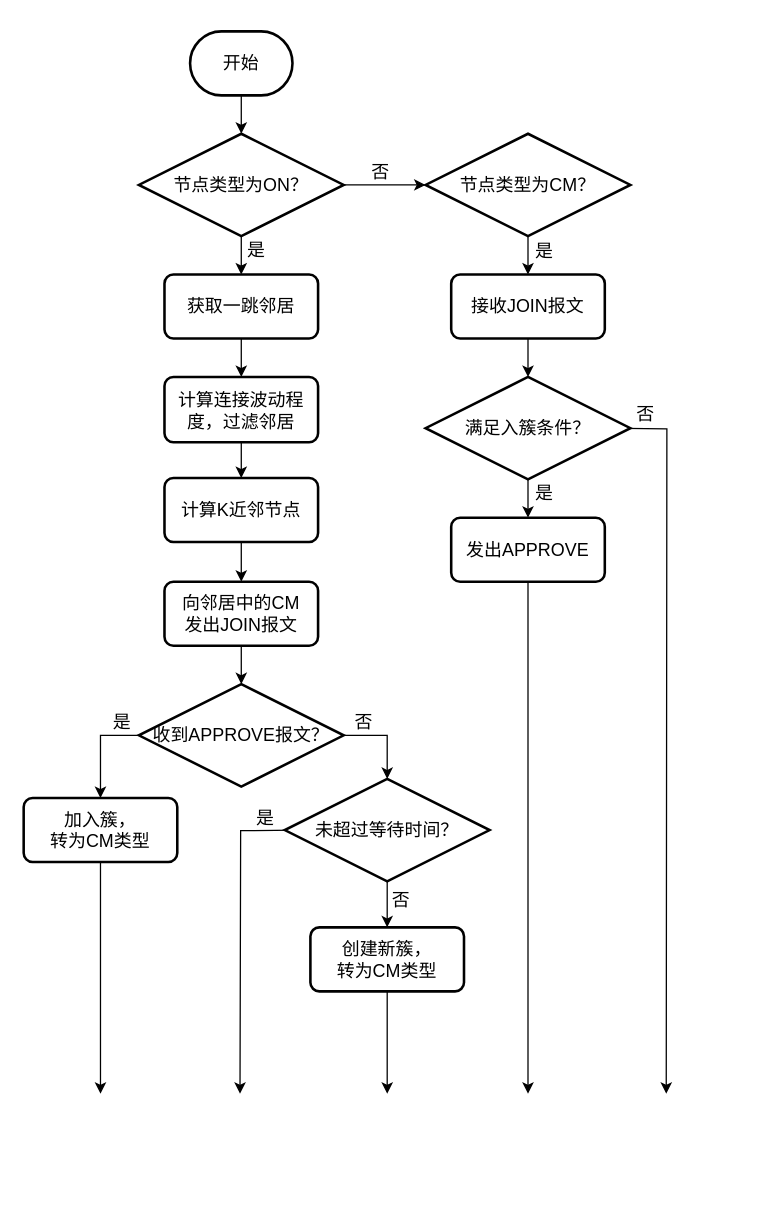
trevorHsu/draftChart keeps this draw.io diagram as cluster/SNNCA-FLOW.drawio. Above is the earlier version. Source tidied: cells renumbered, new cells numbered last; positions are measured from the earlier drawing's top-left corner, leaving out a move shared by most shapes. Both pictures are drawn from the tidied source at 128%, with x=0, y=0 at pixel (23, 31).
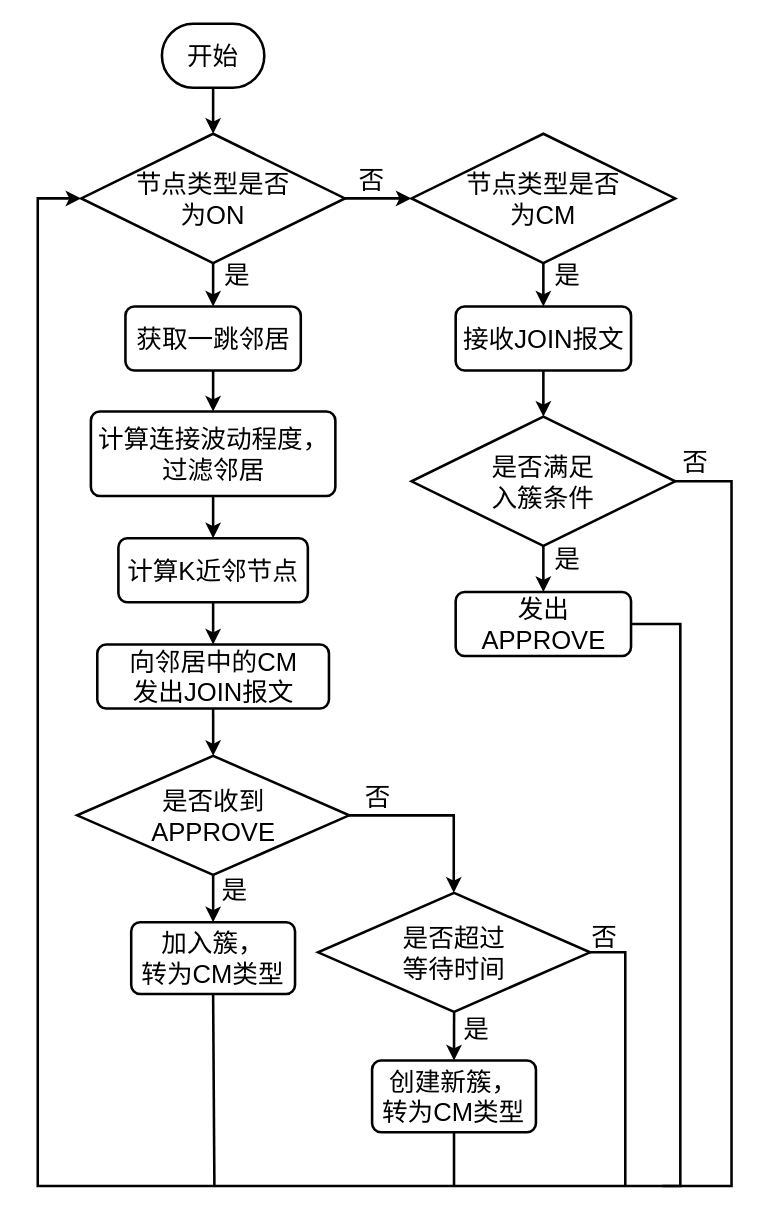
After the change.

The edit, as a diff of the source:
```diff
@@
-    <mxCell id="2" style="edgeStyle=orthogonalEdgeStyle;rounded=0;jettySize=auto;html=1;exitX=0.5;exitY=1;exitDx=0;exitDy=0;entryX=0.5;entryY=0;entryDx=0;entryDy=0;fontSize=14;" parent="1" edge="1" source="3" target="10">
+    <mxCell id="2" style="edgeStyle=orthogonalEdgeStyle;rounded=0;jettySize=auto;html=1;exitX=0.5;exitY=1;exitDx=0;exitDy=0;entryX=0.5;entryY=0;entryDx=0;entryDy=0;fontSize=20;strokeWidth=2;" parent="1" edge="1" source="3" target="10">
       <mxGeometry relative="1" as="geometry" />
     </mxCell>
-    <mxCell id="3" value="获取一跳邻居" style="rounded=1;whiteSpace=wrap;html=1;absoluteArcSize=1;arcSize=14;strokeWidth=2;fontSize=14;" parent="1" vertex="1">
-      <mxGeometry x="110" y="190" width="120" height="50" as="geometry" />
+    <mxCell id="3" value="获取一跳邻居" style="rounded=1;whiteSpace=wrap;html=1;absoluteArcSize=1;arcSize=14;strokeWidth=2;fontSize=20;" parent="1" vertex="1">
+      <mxGeometry x="79.5" y="215" width="137" height="50" as="geometry" />
     </mxCell>
-    <mxCell id="4" style="edgeStyle=orthogonalEdgeStyle;rounded=0;jettySize=auto;html=1;exitX=0.5;exitY=1;exitDx=0;exitDy=0;exitPerimeter=0;entryX=0.5;entryY=0;entryDx=0;entryDy=0;fontSize=14;" parent="1" edge="1" source="6" target="3">
+    <mxCell id="4" style="edgeStyle=orthogonalEdgeStyle;rounded=0;jettySize=auto;html=1;exitX=0.5;exitY=1;exitDx=0;exitDy=0;exitPerimeter=0;entryX=0.5;entryY=0;entryDx=0;entryDy=0;fontSize=20;strokeWidth=2;" parent="1" edge="1" source="6" target="3">
       <mxGeometry relative="1" as="geometry" />
     </mxCell>
-    <mxCell id="5" style="edgeStyle=orthogonalEdgeStyle;rounded=0;jettySize=auto;html=1;exitX=1;exitY=0.5;exitDx=0;exitDy=0;exitPerimeter=0;entryX=0;entryY=0.5;entryDx=0;entryDy=0;entryPerimeter=0;fontSize=14;" parent="1" edge="1" source="6" target="30">
+    <mxCell id="5" style="edgeStyle=orthogonalEdgeStyle;rounded=0;jettySize=auto;html=1;exitX=1;exitY=0.5;exitDx=0;exitDy=0;exitPerimeter=0;fontSize=20;entryX=0;entryY=0.5;entryDx=0;entryDy=0;entryPerimeter=0;strokeWidth=2;" parent="1" edge="1" source="6" target="45">
       <mxGeometry relative="1" as="geometry" />
     </mxCell>
-    <mxCell id="6" value="节点类型为ON？" style="strokeWidth=2;html=1;shape=mxgraph.flowchart.decision;whiteSpace=wrap;fontSize=14;" parent="1" vertex="1">
-      <mxGeometry x="90" y="80" width="160" height="80" as="geometry" />
+    <mxCell id="6" value="节点类型是否&lt;br&gt;为ON" style="strokeWidth=2;html=1;shape=mxgraph.flowchart.decision;whiteSpace=wrap;fontSize=20;" parent="1" vertex="1">
+      <mxGeometry x="45" y="80" width="206" height="101" as="geometry" />
     </mxCell>
-    <mxCell id="7" style="edgeStyle=orthogonalEdgeStyle;rounded=0;jettySize=auto;html=1;exitX=0.5;exitY=1;exitDx=0;exitDy=0;exitPerimeter=0;entryX=0.5;entryY=0;entryDx=0;entryDy=0;entryPerimeter=0;fontSize=14;" parent="1" edge="1" source="8" target="6">
+    <mxCell id="7" style="edgeStyle=orthogonalEdgeStyle;rounded=0;jettySize=auto;html=1;exitX=0.5;exitY=1;exitDx=0;exitDy=0;exitPerimeter=0;entryX=0.5;entryY=0;entryDx=0;entryDy=0;entryPerimeter=0;fontSize=20;strokeWidth=2;" parent="1" edge="1" source="8" target="6">
       <mxGeometry relative="1" as="geometry" />
     </mxCell>
-    <mxCell id="8" value="开始" style="strokeWidth=2;html=1;shape=mxgraph.flowchart.terminator;whiteSpace=wrap;fontSize=14;" parent="1" vertex="1">
-      <mxGeometry x="130" width="80" height="50" as="geometry" />
+    <mxCell id="8" value="开始" style="strokeWidth=2;html=1;shape=mxgraph.flowchart.terminator;whiteSpace=wrap;fontSize=20;" parent="1" vertex="1">
+      <mxGeometry x="108" y="-6" width="80" height="50" as="geometry" />
     </mxCell>
-    <mxCell id="9" style="edgeStyle=orthogonalEdgeStyle;rounded=0;jettySize=auto;html=1;exitX=0.5;exitY=1;exitDx=0;exitDy=0;entryX=0.5;entryY=0;entryDx=0;entryDy=0;fontSize=14;" parent="1" edge="1" source="10" target="12">
+    <mxCell id="9" style="edgeStyle=orthogonalEdgeStyle;rounded=0;jettySize=auto;html=1;exitX=0.5;exitY=1;exitDx=0;exitDy=0;entryX=0.5;entryY=0;entryDx=0;entryDy=0;fontSize=20;strokeWidth=2;" parent="1" edge="1" source="10" target="12">
       <mxGeometry relative="1" as="geometry" />
     </mxCell>
-    <mxCell id="10" value="计算连接波动程度，过滤邻居" style="rounded=1;whiteSpace=wrap;html=1;absoluteArcSize=1;arcSize=14;strokeWidth=2;fontSize=14;" parent="1" vertex="1">
-      <mxGeometry x="110" y="270" width="120" height="51" as="geometry" />
+    <mxCell id="10" value="计算连接波动程度，过滤邻居" style="rounded=1;whiteSpace=wrap;html=1;absoluteArcSize=1;arcSize=14;strokeWidth=2;fontSize=20;" parent="1" vertex="1">
+      <mxGeometry x="52.5" y="297" width="191" height="66" as="geometry" />
     </mxCell>
-    <mxCell id="11" style="edgeStyle=orthogonalEdgeStyle;rounded=0;jettySize=auto;html=1;exitX=0.5;exitY=1;exitDx=0;exitDy=0;entryX=0.5;entryY=0;entryDx=0;entryDy=0;fontSize=14;" parent="1" edge="1" source="12" target="14">
+    <mxCell id="11" style="edgeStyle=orthogonalEdgeStyle;rounded=0;jettySize=auto;html=1;entryX=0.5;entryY=0;entryDx=0;entryDy=0;fontSize=20;strokeWidth=2;" parent="1" edge="1" source="12" target="14">
       <mxGeometry relative="1" as="geometry" />
     </mxCell>
-    <mxCell id="12" value="计算K近邻节点" style="rounded=1;whiteSpace=wrap;html=1;absoluteArcSize=1;arcSize=14;strokeWidth=2;fontSize=14;" parent="1" vertex="1">
-      <mxGeometry x="110" y="349" width="120" height="50" as="geometry" />
-    </mxCell>
-    <mxCell id="13" style="edgeStyle=orthogonalEdgeStyle;rounded=0;jettySize=auto;html=1;exitX=0.5;exitY=1;exitDx=0;exitDy=0;entryX=0.5;entryY=0;entryDx=0;entryDy=0;entryPerimeter=0;fontSize=14;" parent="1" edge="1" source="14" target="17">
+    <mxCell id="13" style="edgeStyle=orthogonalEdgeStyle;rounded=0;jettySize=auto;html=1;exitX=0.5;exitY=1;exitDx=0;exitDy=0;fontSize=20;entryX=0.5;entryY=0;entryDx=0;entryDy=0;entryPerimeter=0;strokeWidth=2;" parent="1" edge="1" source="14" target="47">
       <mxGeometry relative="1" as="geometry" />
     </mxCell>
-    <mxCell id="14" value="向邻居中的CM&lt;br&gt;发出JOIN报文" style="rounded=1;whiteSpace=wrap;html=1;absoluteArcSize=1;arcSize=14;strokeWidth=2;fontSize=14;" parent="1" vertex="1">
-      <mxGeometry x="110" y="430" width="120" height="50" as="geometry" />
+    <mxCell id="14" value="向邻居中的CM&lt;br style=&quot;font-size: 20px;&quot;&gt;发出JOIN报文" style="rounded=1;whiteSpace=wrap;html=1;absoluteArcSize=1;arcSize=14;strokeWidth=2;fontSize=20;" parent="1" vertex="1">
+      <mxGeometry x="57.5" y="479" width="181" height="50" as="geometry" />
     </mxCell>
-    <mxCell id="15" style="edgeStyle=orthogonalEdgeStyle;rounded=0;jettySize=auto;html=1;exitX=0;exitY=0.5;exitDx=0;exitDy=0;exitPerimeter=0;entryX=0.5;entryY=0;entryDx=0;entryDy=0;fontSize=14;" parent="1" edge="1" source="17" target="19">
+    <mxCell id="15" style="edgeStyle=orthogonalEdgeStyle;rounded=0;jettySize=auto;html=1;exitX=0.5;exitY=1;exitDx=0;exitDy=0;exitPerimeter=0;entryX=0.5;entryY=0;entryDx=0;entryDy=0;fontSize=20;strokeWidth=2;" parent="1" edge="1" source="47" target="19">
       <mxGeometry relative="1" as="geometry" />
     </mxCell>
-    <mxCell id="16" style="edgeStyle=orthogonalEdgeStyle;rounded=0;jettySize=auto;html=1;exitX=1;exitY=0.5;exitDx=0;exitDy=0;exitPerimeter=0;entryX=0.5;entryY=0;entryDx=0;entryDy=0;entryPerimeter=0;fontSize=14;" parent="1" edge="1" source="17" target="22">
-      <mxGeometry relative="1" as="geometry" />
-    </mxCell>
-    <mxCell id="17" value="收到APPROVE报文？" style="strokeWidth=2;html=1;shape=mxgraph.flowchart.decision;whiteSpace=wrap;fontSize=14;" parent="1" vertex="1">
-      <mxGeometry x="90" y="510" width="160" height="80" as="geometry" />
-    </mxCell>
-    <mxCell id="18" style="edgeStyle=orthogonalEdgeStyle;rounded=0;jettySize=auto;html=1;exitX=0.5;exitY=1;exitDx=0;exitDy=0;fontSize=14;" parent="1" edge="1" source="19">
-      <mxGeometry relative="1" as="geometry">
-        <mxPoint x="60" y="830" as="targetPoint" />
-      </mxGeometry>
-    </mxCell>
-    <mxCell id="19" value="加入簇，&lt;br&gt;转为CM类型" style="rounded=1;whiteSpace=wrap;html=1;absoluteArcSize=1;arcSize=14;strokeWidth=2;fontSize=14;" parent="1" vertex="1">
-      <mxGeometry y="599" width="120" height="50" as="geometry" />
-    </mxCell>
-    <mxCell id="20" style="edgeStyle=orthogonalEdgeStyle;rounded=0;jettySize=auto;html=1;exitX=0.5;exitY=1;exitDx=0;exitDy=0;exitPerimeter=0;entryX=0.5;entryY=0;entryDx=0;entryDy=0;fontSize=14;" parent="1" edge="1" source="22" target="24">
-      <mxGeometry relative="1" as="geometry" />
-    </mxCell>
-    <mxCell id="21" style="edgeStyle=orthogonalEdgeStyle;rounded=0;orthogonalLoop=1;jettySize=auto;html=1;exitX=0;exitY=0.5;exitDx=0;exitDy=0;exitPerimeter=0;fontSize=14;" parent="1" edge="1">
-      <mxGeometry relative="1" as="geometry">
-        <mxPoint x="213" y="624" as="sourcePoint" />
-        <mxPoint x="169" y="830" as="targetPoint" />
-      </mxGeometry>
-    </mxCell>
-    <mxCell id="22" value="未超过等待时间？" style="strokeWidth=2;html=1;shape=mxgraph.flowchart.decision;whiteSpace=wrap;fontSize=14;" parent="1" vertex="1">
-      <mxGeometry x="204" y="584" width="160" height="80" as="geometry" />
-    </mxCell>
-    <mxCell id="23" style="edgeStyle=orthogonalEdgeStyle;rounded=0;jettySize=auto;html=1;exitX=0.5;exitY=1;exitDx=0;exitDy=0;fontSize=14;" parent="1" edge="1" source="24">
-      <mxGeometry relative="1" as="geometry">
-        <mxPoint x="284" y="830" as="targetPoint" />
-      </mxGeometry>
-    </mxCell>
-    <mxCell id="24" value="创建新簇，&lt;br&gt;转为CM类型" style="rounded=1;whiteSpace=wrap;html=1;absoluteArcSize=1;arcSize=14;strokeWidth=2;fontSize=14;" parent="1" vertex="1">
-      <mxGeometry x="224" y="700" width="120" height="50" as="geometry" />
-    </mxCell>
-    <mxCell id="25" style="edgeStyle=orthogonalEdgeStyle;rounded=0;jettySize=auto;html=1;exitX=0.5;exitY=1;exitDx=0;exitDy=0;entryX=0.5;entryY=0;entryDx=0;entryDy=0;entryPerimeter=0;fontSize=14;" parent="1" edge="1" source="26" target="33">
-      <mxGeometry relative="1" as="geometry" />
-    </mxCell>
-    <mxCell id="26" value="接收JOIN报文" style="rounded=1;whiteSpace=wrap;html=1;absoluteArcSize=1;arcSize=14;strokeWidth=2;fontSize=14;" parent="1" vertex="1">
-      <mxGeometry x="334" y="190" width="120" height="50" as="geometry" />
-    </mxCell>
-    <mxCell id="27" style="edgeStyle=orthogonalEdgeStyle;rounded=0;jettySize=auto;html=1;exitX=0.5;exitY=1;exitDx=0;exitDy=0;fontSize=14;" parent="1" edge="1" source="28">
-      <mxGeometry relative="1" as="geometry">
-        <mxPoint x="394" y="830" as="targetPoint" />
-      </mxGeometry>
-    </mxCell>
-    <mxCell id="28" value="发出APPROVE" style="rounded=1;whiteSpace=wrap;html=1;absoluteArcSize=1;arcSize=14;strokeWidth=2;fontSize=14;" parent="1" vertex="1">
-      <mxGeometry x="334" y="380" width="120" height="50" as="geometry" />
-    </mxCell>
-    <mxCell id="29" style="edgeStyle=orthogonalEdgeStyle;rounded=0;jettySize=auto;html=1;exitX=0.5;exitY=1;exitDx=0;exitDy=0;exitPerimeter=0;entryX=0.5;entryY=0;entryDx=0;entryDy=0;fontSize=14;" parent="1" edge="1" source="30" target="26">
-      <mxGeometry relative="1" as="geometry" />
-    </mxCell>
-    <mxCell id="30" value="节点类型为CM？" style="strokeWidth=2;html=1;shape=mxgraph.flowchart.decision;whiteSpace=wrap;fontSize=14;" parent="1" vertex="1">
-      <mxGeometry x="314" y="80" width="160" height="80" as="geometry" />
-    </mxCell>
-    <mxCell id="31" style="edgeStyle=orthogonalEdgeStyle;rounded=0;jettySize=auto;html=1;exitX=0.5;exitY=1;exitDx=0;exitDy=0;exitPerimeter=0;entryX=0.5;entryY=0;entryDx=0;entryDy=0;fontSize=14;" parent="1" edge="1" source="33" target="28">
-      <mxGeometry relative="1" as="geometry" />
-    </mxCell>
-    <mxCell id="32" style="edgeStyle=orthogonalEdgeStyle;rounded=0;orthogonalLoop=1;jettySize=auto;html=1;exitX=1;exitY=0.5;exitDx=0;exitDy=0;exitPerimeter=0;fontSize=14;" parent="1" edge="1">
-      <mxGeometry relative="1" as="geometry">
-        <mxPoint x="452" y="310" as="sourcePoint" />
-        <mxPoint x="502" y="830" as="targetPoint" />
-      </mxGeometry>
-    </mxCell>
-    <mxCell id="33" value="满足入簇条件？" style="strokeWidth=2;html=1;shape=mxgraph.flowchart.decision;whiteSpace=wrap;fontSize=14;" parent="1" vertex="1">
-      <mxGeometry x="314" y="270" width="160" height="80" as="geometry" />
-    </mxCell>
-    <mxCell id="34" value="是" style="text;strokeColor=none;align=center;fillColor=none;html=1;verticalAlign=middle;whiteSpace=wrap;rounded=0;fontSize=14;" parent="1" vertex="1">
-      <mxGeometry x="47" y="525" width="60" height="30" as="geometry" />
+    <mxCell id="34" value="是" style="text;strokeColor=none;align=center;fillColor=none;html=1;verticalAlign=middle;whiteSpace=wrap;rounded=0;fontSize=20;" parent="1" vertex="1">
+      <mxGeometry x="135" y="655" width="60" height="30" as="geometry" />
     </mxCell>
-    <mxCell id="35" value="否" style="text;strokeColor=none;align=center;fillColor=none;html=1;verticalAlign=middle;whiteSpace=wrap;rounded=0;fontSize=14;" parent="1" vertex="1">
-      <mxGeometry x="236" y="525" width="60" height="30" as="geometry" />
+    <mxCell id="35" value="否" style="text;strokeColor=none;align=center;fillColor=none;html=1;verticalAlign=middle;whiteSpace=wrap;rounded=0;fontSize=20;" parent="1" vertex="1">
+      <mxGeometry x="247" y="583" width="60" height="30" as="geometry" />
     </mxCell>
-    <mxCell id="36" value="是" style="text;strokeColor=none;align=center;fillColor=none;html=1;verticalAlign=middle;whiteSpace=wrap;rounded=0;fontSize=14;" parent="1" vertex="1">
-      <mxGeometry x="159" y="600" width="60" height="30" as="geometry" />
+    <mxCell id="36" value="是" style="text;strokeColor=none;align=center;fillColor=none;html=1;verticalAlign=middle;whiteSpace=wrap;rounded=0;fontSize=20;" parent="1" vertex="1">
+      <mxGeometry x="324" y="764" width="60" height="30" as="geometry" />
     </mxCell>
-    <mxCell id="37" value="否" style="text;strokeColor=none;align=center;fillColor=none;html=1;verticalAlign=middle;whiteSpace=wrap;rounded=0;fontSize=14;" parent="1" vertex="1">
-      <mxGeometry x="265" y="664" width="60" height="30" as="geometry" />
-    </mxCell>
-    <mxCell id="38" value="是" style="text;strokeColor=none;align=center;fillColor=none;html=1;verticalAlign=middle;whiteSpace=wrap;rounded=0;fontSize=14;" parent="1" vertex="1">
-      <mxGeometry x="152" y="156" width="60" height="30" as="geometry" />
+    <mxCell id="38" value="是" style="text;strokeColor=none;align=center;fillColor=none;html=1;verticalAlign=middle;whiteSpace=wrap;rounded=0;fontSize=20;" parent="1" vertex="1">
+      <mxGeometry x="137" y="175" width="60" height="30" as="geometry" />
     </mxCell>
-    <mxCell id="39" value="否" style="text;strokeColor=none;align=center;fillColor=none;html=1;verticalAlign=middle;whiteSpace=wrap;rounded=0;fontSize=14;" parent="1" vertex="1">
-      <mxGeometry x="249" y="95" width="60" height="30" as="geometry" />
+    <mxCell id="39" value="否" style="text;strokeColor=none;align=center;fillColor=none;html=1;verticalAlign=middle;whiteSpace=wrap;rounded=0;fontSize=20;" parent="1" vertex="1">
+      <mxGeometry x="241.5" y="101" width="60" height="30" as="geometry" />
     </mxCell>
-    <mxCell id="40" value="否" style="text;strokeColor=none;align=center;fillColor=none;html=1;verticalAlign=middle;whiteSpace=wrap;rounded=0;fontSize=14;" parent="1" vertex="1">
-      <mxGeometry x="456" y="283.5" width="60" height="30" as="geometry" />
+    <mxCell id="40" value="否" style="text;strokeColor=none;align=center;fillColor=none;html=1;verticalAlign=middle;whiteSpace=wrap;rounded=0;fontSize=20;" parent="1" vertex="1">
+      <mxGeometry x="495" y="321" width="60" height="30" as="geometry" />
     </mxCell>
-    <mxCell id="41" value="是" style="text;strokeColor=none;align=center;fillColor=none;html=1;verticalAlign=middle;whiteSpace=wrap;rounded=0;fontSize=14;" parent="1" vertex="1">
-      <mxGeometry x="377" y="346" width="60" height="30" as="geometry" />
+    <mxCell id="41" value="是" style="text;strokeColor=none;align=center;fillColor=none;html=1;verticalAlign=middle;whiteSpace=wrap;rounded=0;fontSize=20;" parent="1" vertex="1">
+      <mxGeometry x="395" y="397" width="60" height="30" as="geometry" />
     </mxCell>
-    <mxCell id="42" value="是" style="text;strokeColor=none;align=center;fillColor=none;html=1;verticalAlign=middle;whiteSpace=wrap;rounded=0;fontSize=14;" parent="1" vertex="1">
-      <mxGeometry x="377" y="157" width="60" height="30" as="geometry" />
+    <mxCell id="42" value="是" style="text;strokeColor=none;align=center;fillColor=none;html=1;verticalAlign=middle;whiteSpace=wrap;rounded=0;fontSize=20;" parent="1" vertex="1">
+      <mxGeometry x="395" y="175" width="60" height="30" as="geometry" />
     </mxCell>
+    <mxCell id="43" style="edgeStyle=orthogonalEdgeStyle;rounded=0;jettySize=auto;html=1;exitX=0.5;exitY=1;exitDx=0;exitDy=0;fontSize=20;endArrow=none;endFill=0;strokeWidth=2;" parent="1" edge="1" source="19">
+      <mxGeometry relative="1" as="geometry">
+        <mxPoint x="149" y="902" as="targetPoint" />
+        <Array as="points">
+          <mxPoint x="148" y="902" />
+        </Array>
+      </mxGeometry>
+    </mxCell>
+    <mxCell id="19" value="加入簇，&lt;br style=&quot;font-size: 20px;&quot;&gt;转为CM类型" style="rounded=1;whiteSpace=wrap;html=1;absoluteArcSize=1;arcSize=14;strokeWidth=2;fontSize=20;" parent="1" vertex="1">
+      <mxGeometry x="84" y="696" width="128" height="56" as="geometry" />
+    </mxCell>
+    <mxCell id="44" style="edgeStyle=orthogonalEdgeStyle;rounded=0;jettySize=auto;html=1;fontSize=20;endArrow=classic;endFill=1;strokeWidth=2;" parent="1" edge="1" source="45" target="26">
+      <mxGeometry relative="1" as="geometry" />
+    </mxCell>
+    <mxCell id="45" value="节点类型是否&lt;br&gt;为CM" style="strokeWidth=2;html=1;shape=mxgraph.flowchart.decision;whiteSpace=wrap;fontSize=20;" parent="1" vertex="1">
+      <mxGeometry x="303" y="80" width="206" height="101" as="geometry" />
+    </mxCell>
+    <mxCell id="12" value="计算K近邻节点" style="rounded=1;whiteSpace=wrap;html=1;absoluteArcSize=1;arcSize=14;strokeWidth=2;fontSize=20;" parent="1" vertex="1">
+      <mxGeometry x="74" y="396" width="148" height="50" as="geometry" />
+    </mxCell>
+    <mxCell id="46" style="edgeStyle=orthogonalEdgeStyle;rounded=0;jettySize=auto;html=1;fontSize=20;endArrow=classic;endFill=1;exitX=1;exitY=0.5;exitDx=0;exitDy=0;exitPerimeter=0;strokeWidth=2;" parent="1" edge="1" target="56">
+      <mxGeometry relative="1" as="geometry">
+        <mxPoint x="238.2" y="612.5" as="sourcePoint" />
+        <Array as="points">
+          <mxPoint x="336" y="613" />
+        </Array>
+      </mxGeometry>
+    </mxCell>
+    <mxCell id="47" value="是否收到&lt;br&gt;APPROVE" style="strokeWidth=2;html=1;shape=mxgraph.flowchart.decision;whiteSpace=wrap;fontSize=20;" parent="1" vertex="1">
+      <mxGeometry x="41.8" y="566" width="212.5" height="93" as="geometry" />
+    </mxCell>
+    <mxCell id="48" style="edgeStyle=orthogonalEdgeStyle;rounded=0;jettySize=auto;html=1;exitX=0.5;exitY=1;exitDx=0;exitDy=0;fontSize=20;endArrow=none;endFill=0;strokeWidth=2;" parent="1" edge="1" source="24">
+      <mxGeometry relative="1" as="geometry">
+        <mxPoint x="336.2" y="902.4" as="targetPoint" />
+      </mxGeometry>
+    </mxCell>
+    <mxCell id="24" value="创建新簇，&lt;br style=&quot;border-color: var(--border-color);&quot;&gt;转为CM类型" style="rounded=1;whiteSpace=wrap;html=1;absoluteArcSize=1;arcSize=14;strokeWidth=2;fontSize=20;" parent="1" vertex="1">
+      <mxGeometry x="272.2" y="804" width="128" height="56" as="geometry" />
+    </mxCell>
+    <mxCell id="49" style="edgeStyle=orthogonalEdgeStyle;rounded=0;jettySize=auto;html=1;fontSize=20;endArrow=classic;endFill=1;strokeWidth=2;" parent="1" edge="1" source="26" target="52">
+      <mxGeometry relative="1" as="geometry" />
+    </mxCell>
+    <mxCell id="26" value="接收JOIN报文" style="rounded=1;whiteSpace=wrap;html=1;absoluteArcSize=1;arcSize=14;strokeWidth=2;fontSize=20;" parent="1" vertex="1">
+      <mxGeometry x="337.5" y="215" width="137" height="50" as="geometry" />
+    </mxCell>
+    <mxCell id="50" style="edgeStyle=orthogonalEdgeStyle;rounded=0;jettySize=auto;html=1;fontSize=20;endArrow=classic;endFill=1;strokeWidth=2;" parent="1" edge="1" source="52" target="28">
+      <mxGeometry relative="1" as="geometry" />
+    </mxCell>
+    <mxCell id="51" style="edgeStyle=orthogonalEdgeStyle;rounded=0;jettySize=auto;html=1;exitX=1;exitY=0.5;exitDx=0;exitDy=0;exitPerimeter=0;fontSize=20;endArrow=classic;endFill=1;entryX=0;entryY=0.5;entryDx=0;entryDy=0;entryPerimeter=0;strokeWidth=2;" parent="1" edge="1" source="52" target="6">
+      <mxGeometry relative="1" as="geometry">
+        <Array as="points">
+          <mxPoint x="553" y="351" />
+          <mxPoint x="553" y="902" />
+          <mxPoint x="11" y="902" />
+          <mxPoint x="11" y="131" />
+        </Array>
+      </mxGeometry>
+    </mxCell>
+    <mxCell id="52" value="是否满足&lt;br&gt;入簇条件" style="strokeWidth=2;html=1;shape=mxgraph.flowchart.decision;whiteSpace=wrap;fontSize=20;" parent="1" vertex="1">
+      <mxGeometry x="303" y="301" width="206" height="101" as="geometry" />
+    </mxCell>
+    <mxCell id="53" style="edgeStyle=orthogonalEdgeStyle;rounded=0;jettySize=auto;html=1;exitX=1;exitY=0.5;exitDx=0;exitDy=0;fontSize=20;endArrow=none;endFill=0;strokeWidth=2;" parent="1" edge="1" source="28">
+      <mxGeometry relative="1" as="geometry">
+        <mxPoint x="499" y="902" as="targetPoint" />
+        <Array as="points">
+          <mxPoint x="513" y="463" />
+          <mxPoint x="513" y="902" />
+        </Array>
+      </mxGeometry>
+    </mxCell>
+    <mxCell id="28" value="发出APPROVE" style="rounded=1;whiteSpace=wrap;html=1;absoluteArcSize=1;arcSize=14;strokeWidth=2;fontSize=20;" parent="1" vertex="1">
+      <mxGeometry x="337.5" y="438" width="137" height="50" as="geometry" />
+    </mxCell>
+    <mxCell id="54" style="edgeStyle=orthogonalEdgeStyle;rounded=0;jettySize=auto;html=1;exitX=0.5;exitY=1;exitDx=0;exitDy=0;exitPerimeter=0;entryX=0.5;entryY=0;entryDx=0;entryDy=0;fontSize=20;endArrow=classic;endFill=1;strokeWidth=2;" parent="1" edge="1" source="56" target="24">
+      <mxGeometry relative="1" as="geometry" />
+    </mxCell>
+    <mxCell id="55" style="edgeStyle=orthogonalEdgeStyle;rounded=0;jettySize=auto;html=1;exitX=1;exitY=0.5;exitDx=0;exitDy=0;exitPerimeter=0;fontSize=20;endArrow=none;endFill=0;strokeWidth=2;" parent="1" edge="1" source="56">
+      <mxGeometry relative="1" as="geometry">
+        <mxPoint x="470" y="902" as="targetPoint" />
+        <Array as="points">
+          <mxPoint x="470" y="719" />
+        </Array>
+      </mxGeometry>
+    </mxCell>
+    <mxCell id="56" value="是否超过&lt;br&gt;等待时间" style="strokeWidth=2;html=1;shape=mxgraph.flowchart.decision;whiteSpace=wrap;fontSize=20;" parent="1" vertex="1">
+      <mxGeometry x="230" y="673" width="212.5" height="93" as="geometry" />
+    </mxCell>
+    <mxCell id="57" style="edgeStyle=orthogonalEdgeStyle;rounded=0;orthogonalLoop=1;jettySize=auto;html=1;exitX=0.5;exitY=1;exitDx=0;exitDy=0;fontSize=20;endArrow=classic;endFill=1;" parent="1" edge="1" source="40" target="40">
+      <mxGeometry relative="1" as="geometry" />
+    </mxCell>
+    <mxCell id="37" value="否" style="text;strokeColor=none;align=center;fillColor=none;html=1;verticalAlign=middle;whiteSpace=wrap;rounded=0;fontSize=20;" parent="1" vertex="1">
+      <mxGeometry x="424" y="692" width="60" height="30" as="geometry" />
+    </mxCell>
```
